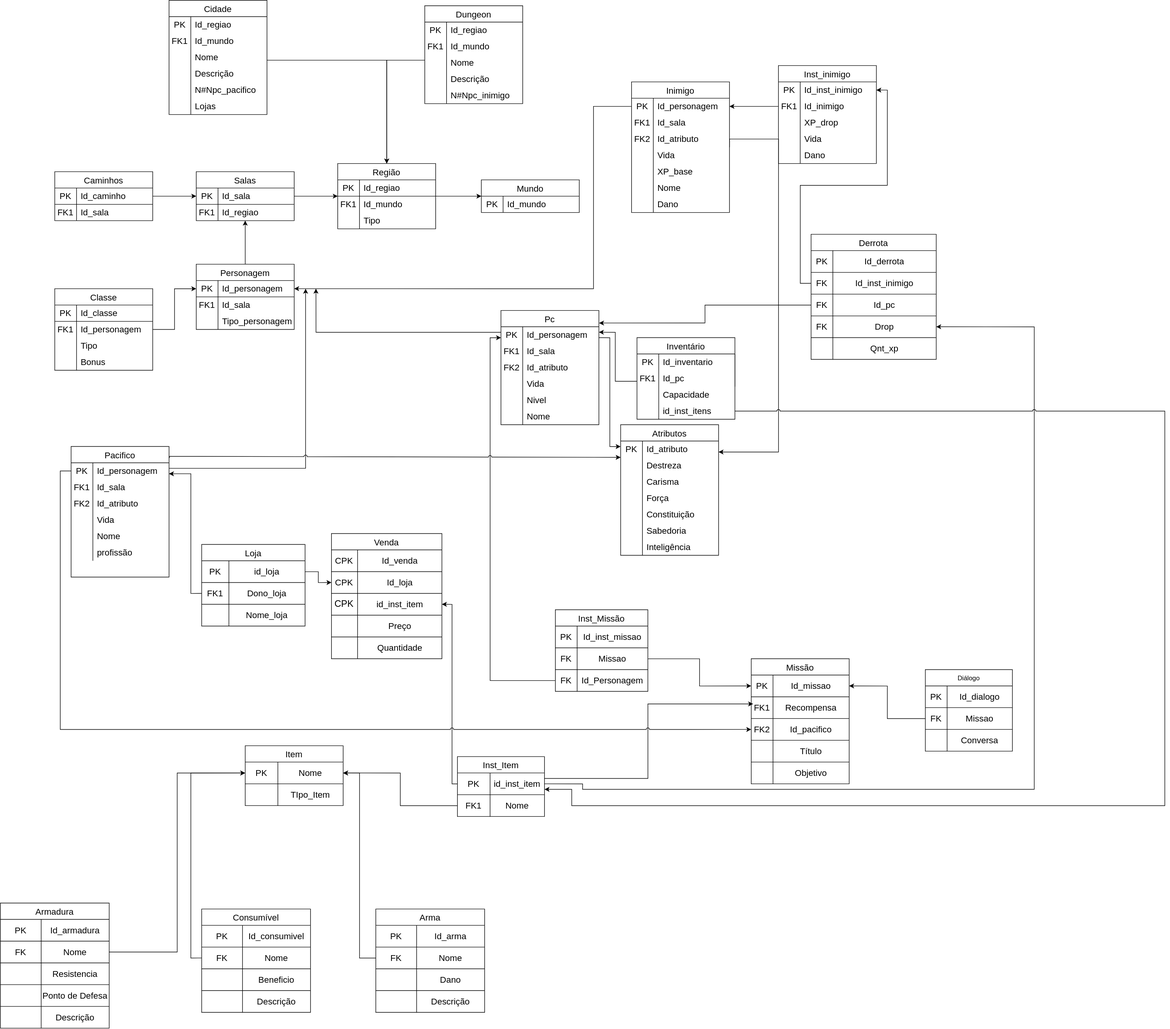
SBD1/2024.2-D-D-classico keeps this draw.io diagram as docs/modulo_01/MER.drawio.svg. Above is the earlier version. Source tidied: cells renumbered, new cells last; positions are measured from the earlier drawing's top-left corner, leaving out a move shared by most shapes.
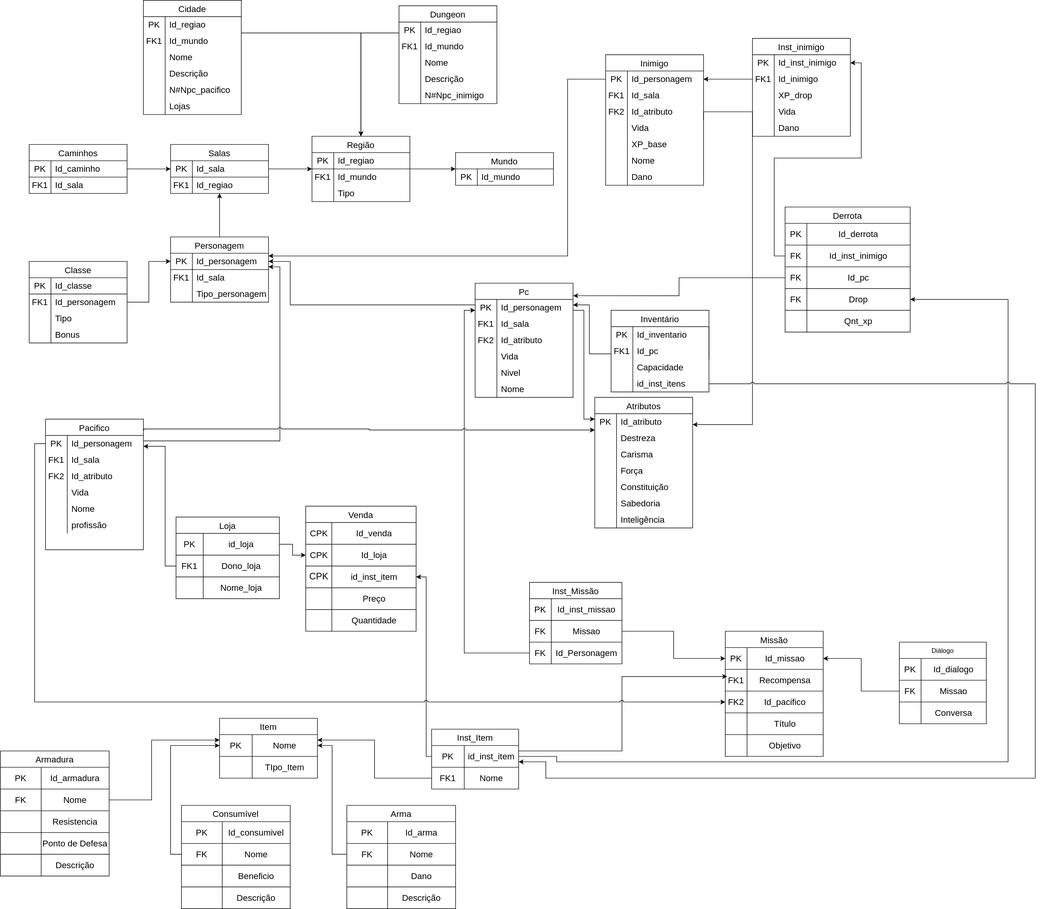
After the change.

Diff of the diagram source:
```diff
@@ -484,11 +484,18 @@
     <mxCell id="153" value="&lt;font style=&quot;font-size: 16px;&quot;&gt;TIpo_Item&lt;br&gt;&lt;/font&gt;" style="shape=partialRectangle;html=1;whiteSpace=wrap;strokeColor=inherit;overflow=hidden;fillColor=none;top=0;left=0;bottom=0;right=0;" parent="151" vertex="1">
       <mxGeometry x="60" width="120" height="40" as="geometry" />
     </mxCell>
-    <mxCell id="154" style="edgeStyle=orthogonalEdgeStyle;rounded=0;jettySize=auto;html=1;entryX=1;entryY=0.5;entryDx=0;entryDy=0;" parent="1" edge="1" source="111" target="148">
-      <mxGeometry relative="1" as="geometry" />
+    <mxCell id="154" style="edgeStyle=orthogonalEdgeStyle;rounded=0;jettySize=auto;html=1;" parent="1" edge="1" source="111">
+      <mxGeometry relative="1" as="geometry">
+        <mxPoint x="630" y="1410" as="targetPoint" />
+        <Array as="points">
+          <mxPoint x="735" y="1480" />
+          <mxPoint x="735" y="1410" />
+          <mxPoint x="630" y="1410" />
+        </Array>
+      </mxGeometry>
     </mxCell>
     <mxCell id="155" value="Armadura" style="shape=table;startSize=30;fontSize=16;" parent="1" vertex="1">
-      <mxGeometry y="1659" width="200" height="230" as="geometry" />
+      <mxGeometry x="47" y="1430" width="200" height="230" as="geometry" />
     </mxCell>
     <mxCell id="156" style="shape=tableRow;horizontal=0;startSize=0;swimlaneHead=0;swimlaneBody=0;strokeColor=inherit;top=0;left=0;bottom=0;right=0;fillColor=none;" parent="155" vertex="1">
       <mxGeometry y="30" width="200" height="40" as="geometry" />
@@ -536,7 +543,7 @@
       <mxGeometry x="75" width="125" height="40" as="geometry" />
     </mxCell>
     <mxCell id="171" value="Consumível" style="shape=table;startSize=30;fontSize=16;" parent="1" vertex="1">
-      <mxGeometry x="370" y="1670" width="200" height="190" as="geometry" />
+      <mxGeometry x="380" y="1530" width="200" height="190" as="geometry" />
     </mxCell>
     <mxCell id="172" style="shape=tableRow;horizontal=0;startSize=0;swimlaneHead=0;swimlaneBody=0;strokeColor=inherit;top=0;left=0;bottom=0;right=0;fillColor=none;" parent="171" vertex="1">
       <mxGeometry y="30" width="200" height="40" as="geometry" />
@@ -575,7 +582,7 @@
       <mxGeometry x="75" width="125" height="40" as="geometry" />
     </mxCell>
     <mxCell id="184" value="Arma" style="shape=table;startSize=30;fontSize=16;" parent="1" vertex="1">
-      <mxGeometry x="690" y="1670" width="200" height="190" as="geometry" />
+      <mxGeometry x="684" y="1530" width="200" height="190" as="geometry" />
     </mxCell>
     <mxCell id="185" style="shape=tableRow;horizontal=0;startSize=0;swimlaneHead=0;swimlaneBody=0;strokeColor=inherit;top=0;left=0;bottom=0;right=0;fillColor=none;" parent="184" vertex="1">
       <mxGeometry y="30" width="200" height="40" as="geometry" />
@@ -620,7 +627,12 @@
       <mxGeometry relative="1" as="geometry" />
     </mxCell>
     <mxCell id="199" style="edgeStyle=orthogonalEdgeStyle;rounded=0;jettySize=auto;html=1;" parent="1" edge="1" source="159" target="148">
-      <mxGeometry relative="1" as="geometry" />
+      <mxGeometry relative="1" as="geometry">
+        <Array as="points">
+          <mxPoint x="325" y="1520" />
+          <mxPoint x="325" y="1410" />
+        </Array>
+      </mxGeometry>
     </mxCell>
     <mxCell id="200" value="Pc" style="shape=table;startSize=30;rowLines=0;fontStyle=0;strokeColor=default;fontSize=16;" parent="1" vertex="1">
       <mxGeometry x="920" y="570" width="180" height="210" as="geometry" />
@@ -868,28 +880,30 @@
     <mxCell id="281" value="Dano" style="shape=partialRectangle;html=1;whiteSpace=wrap;fillColor=none;top=0;left=0;bottom=0;right=0;align=left;spacingLeft=6;overflow=hidden;strokeColor=inherit;fontSize=16;" parent="279" vertex="1">
       <mxGeometry x="40" width="140" height="30" as="geometry" />
     </mxCell>
-    <mxCell id="282" style="edgeStyle=orthogonalEdgeStyle;rounded=0;jettySize=auto;html=1;exitX=0;exitY=0.5;exitDx=0;exitDy=0;entryX=1;entryY=0.5;entryDx=0;entryDy=0;jumpStyle=arc;" parent="1" edge="1" source="261" target="41">
+    <mxCell id="282" style="edgeStyle=orthogonalEdgeStyle;rounded=0;jettySize=auto;html=1;exitX=0;exitY=0.5;exitDx=0;exitDy=0;jumpStyle=arc;" parent="1" edge="1" source="261">
       <mxGeometry relative="1" as="geometry">
+        <mxPoint x="540" y="520" as="targetPoint" />
         <Array as="points">
           <mxPoint x="1090" y="195" />
-          <mxPoint x="1090" y="530" />
+          <mxPoint x="1090" y="520" />
+          <mxPoint x="540" y="520" />
         </Array>
       </mxGeometry>
     </mxCell>
-    <mxCell id="283" style="edgeStyle=orthogonalEdgeStyle;rounded=0;jettySize=auto;html=1;" parent="1" edge="1" source="201">
+    <mxCell id="283" style="edgeStyle=orthogonalEdgeStyle;rounded=0;jettySize=auto;html=1;entryX=1;entryY=0.5;entryDx=0;entryDy=0;" parent="1" edge="1" source="201" target="41">
       <mxGeometry relative="1" as="geometry">
-        <mxPoint x="580" y="530" as="targetPoint" />
         <Array as="points">
           <mxPoint x="580" y="610" />
+          <mxPoint x="580" y="530" />
         </Array>
       </mxGeometry>
     </mxCell>
-    <mxCell id="284" style="edgeStyle=orthogonalEdgeStyle;rounded=0;jettySize=auto;html=1;" parent="1" edge="1" source="242">
+    <mxCell id="284" style="edgeStyle=orthogonalEdgeStyle;rounded=0;jettySize=auto;html=1;entryX=0.999;entryY=0.804;entryDx=0;entryDy=0;entryPerimeter=0;" parent="1" edge="1" source="242" target="41">
       <mxGeometry relative="1" as="geometry">
-        <mxPoint x="560" y="530" as="targetPoint" />
         <Array as="points">
           <mxPoint x="561" y="860" />
-          <mxPoint x="561" y="530" />
+          <mxPoint x="561" y="540" />
+          <mxPoint x="540" y="540" />
         </Array>
       </mxGeometry>
     </mxCell>
@@ -942,7 +956,7 @@
       <mxGeometry x="40" width="140" height="40" as="geometry" />
     </mxCell>
     <mxCell id="301" value="Cidade" style="shape=table;startSize=30;rowLines=0;fontStyle=0;strokeColor=default;fontSize=16;" parent="1" vertex="1">
-      <mxGeometry x="310" width="180" height="210" as="geometry" />
+      <mxGeometry x="310" y="50" width="180" height="210" as="geometry" />
     </mxCell>
     <mxCell id="302" style="shape=tableRow;horizontal=0;startSize=0;swimlaneHead=0;swimlaneBody=0;top=0;left=0;bottom=0;right=0;fillColor=none;strokeColor=inherit;fontSize=16;" parent="301" vertex="1">
       <mxGeometry y="30" width="180" height="30" as="geometry" />
@@ -1037,7 +1051,7 @@
       </mxGeometry>
     </mxCell>
     <mxCell id="331" value="Dungeon" style="shape=table;startSize=30;rowLines=0;fontStyle=0;strokeColor=default;fontSize=16;" parent="1" vertex="1">
-      <mxGeometry x="780" y="10" width="180" height="180" as="geometry" />
+      <mxGeometry x="780" y="60" width="180" height="180" as="geometry" />
     </mxCell>
     <mxCell id="332" style="shape=tableRow;horizontal=0;startSize=0;swimlaneHead=0;swimlaneBody=0;top=0;left=0;bottom=0;right=0;fillColor=none;strokeColor=inherit;fontSize=16;" parent="331" vertex="1">
       <mxGeometry y="30" width="180" height="30" as="geometry" />
@@ -1189,11 +1203,10 @@
       <mxGeometry relative="1" as="geometry">
         <mxPoint x="1000" y="1450" as="targetPoint" />
         <Array as="points">
-          <mxPoint x="2140" y="755" />
-          <mxPoint x="2140" y="1480" />
+          <mxPoint x="1950" y="755" />
+          <mxPoint x="1950" y="1480" />
           <mxPoint x="1050" y="1480" />
           <mxPoint x="1050" y="1450" />
-          <mxPoint x="1000" y="1450" />
         </Array>
       </mxGeometry>
     </mxCell>
```
